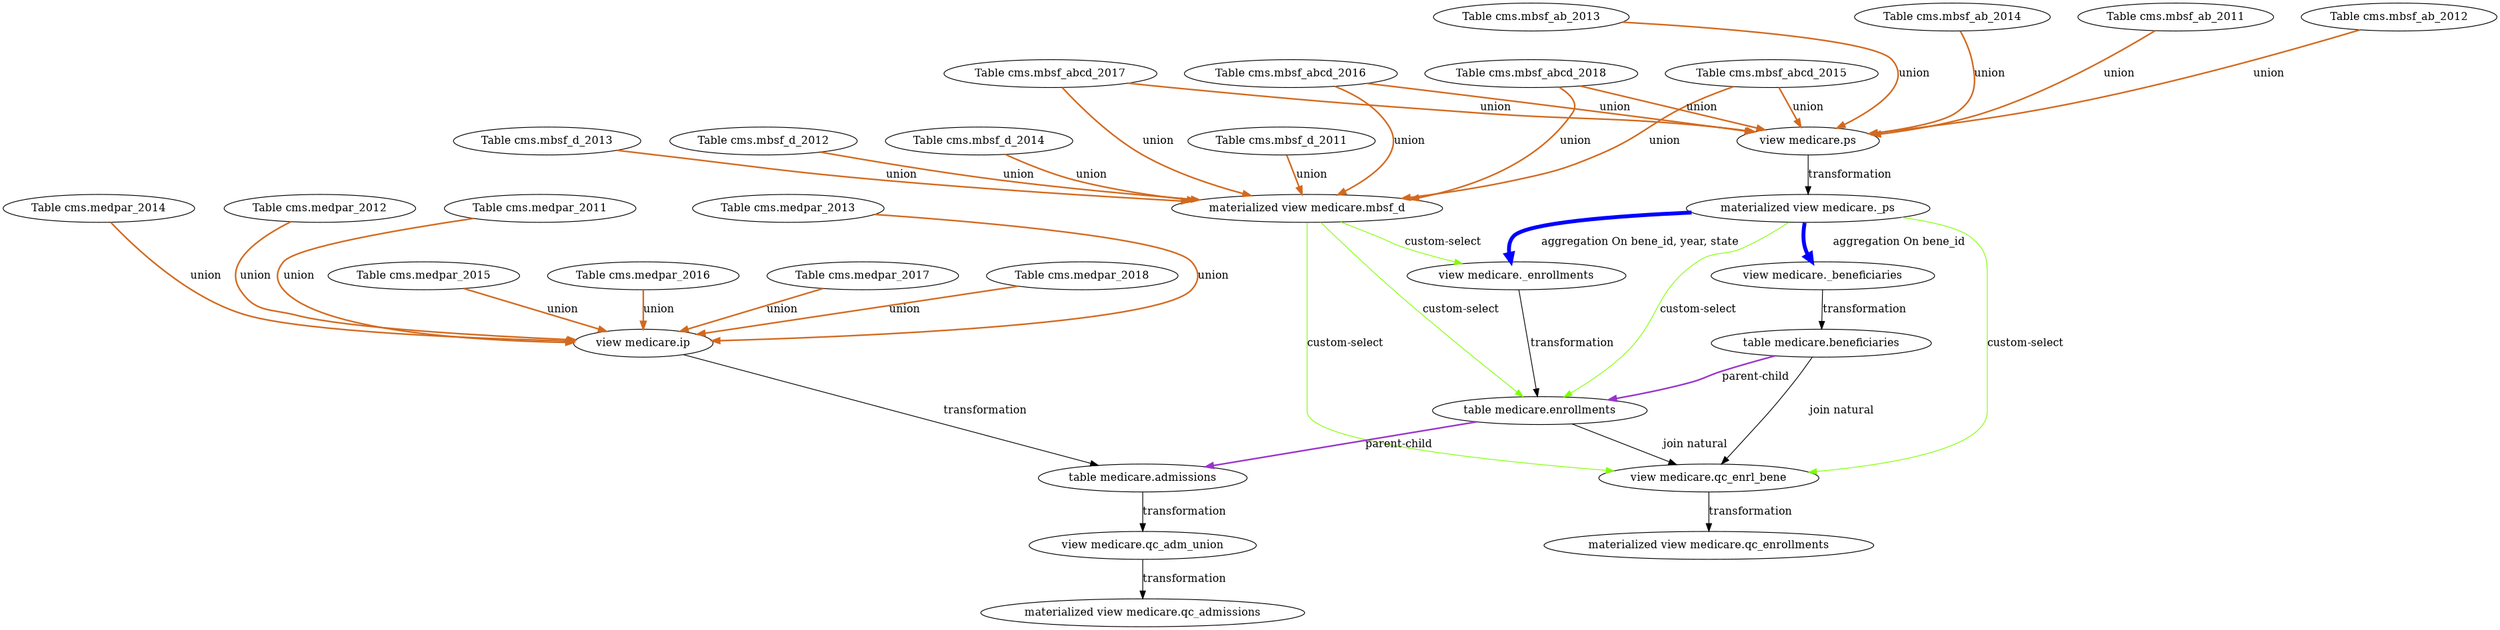
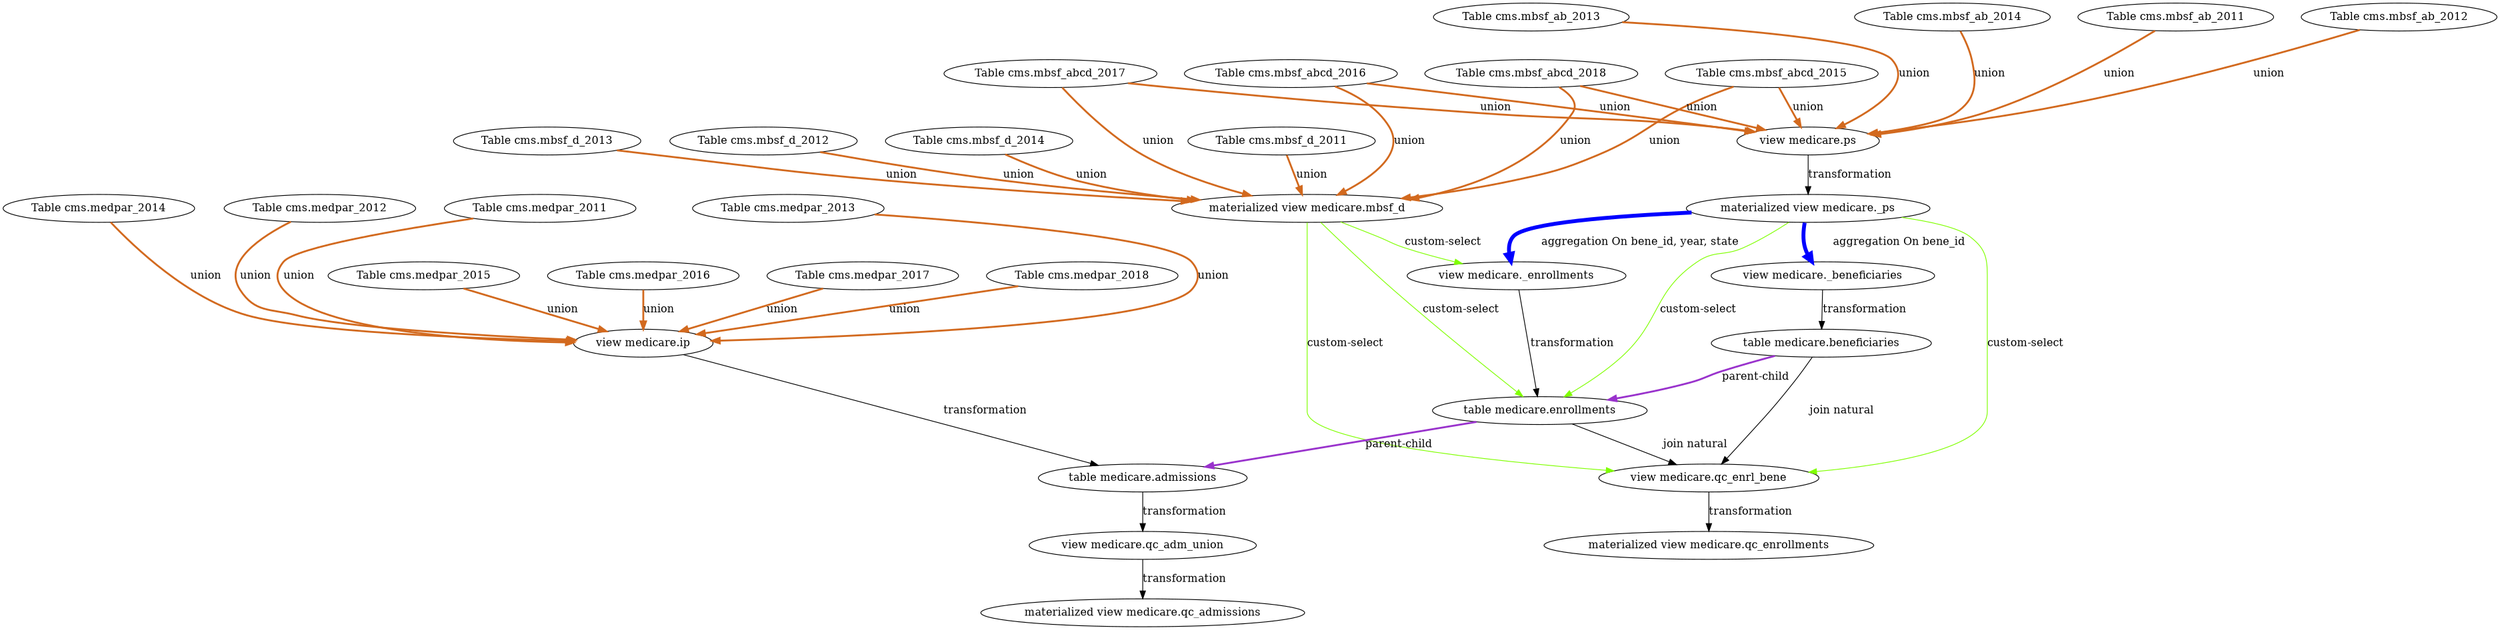
digraph {
	nodesep = 0.5;  // even node distribution
	size = "25,100";  // graph size in inches
// Tables with raw (original) data

	{ rank = same;
		"Table cms.mbsf_ab_2011" [URL="tables/cms.mbsf_ab_2011.html",target=_blank];
		"Table cms.mbsf_ab_2012" [URL="tables/cms.mbsf_ab_2012.html",target=_blank];
		"Table cms.mbsf_ab_2013" [URL="tables/cms.mbsf_ab_2013.html",target=_blank];
		"Table cms.mbsf_ab_2014" [URL="tables/cms.mbsf_ab_2014.html",target=_blank];
	}
	{ rank = same;
		"Table cms.mbsf_abcd_2015" [URL="tables/cms.mbsf_abcd_2015.html",target=_blank];
		"Table cms.mbsf_abcd_2016" [URL="tables/cms.mbsf_abcd_2016.html",target=_blank];
		"Table cms.mbsf_abcd_2017" [URL="tables/cms.mbsf_abcd_2017.html",target=_blank];
		"Table cms.mbsf_abcd_2018" [URL="tables/cms.mbsf_abcd_2018.html",target=_blank];
	}
	"Table cms.mbsf_ab_2013" -> { "Table cms.mbsf_abcd_2015" "Table cms.mbsf_abcd_2016" "Table cms.mbsf_abcd_2017" "Table cms.mbsf_abcd_2018" } [ style = invis ];
	{ rank = same;
		"Table cms.mbsf_d_2011" [URL="tables/cms.mbsf_d_2011.html",target=_blank];
		"Table cms.mbsf_d_2012" [URL="tables/cms.mbsf_d_2012.html",target=_blank];
		"Table cms.mbsf_d_2013" [URL="tables/cms.mbsf_d_2013.html",target=_blank];
		"Table cms.mbsf_d_2014" [URL="tables/cms.mbsf_d_2014.html",target=_blank];
	}
	"Table cms.mbsf_abcd_2017" -> { "Table cms.mbsf_d_2011" "Table cms.mbsf_d_2012" "Table cms.mbsf_d_2013" "Table cms.mbsf_d_2014" } [ style = invis ];
	{ rank = same;
		"Table cms.medpar_2011" [URL="tables/cms.medpar_2011.html",target=_blank];
		"Table cms.medpar_2012" [URL="tables/cms.medpar_2012.html",target=_blank];
		"Table cms.medpar_2013" [URL="tables/cms.medpar_2013.html",target=_blank];
		"Table cms.medpar_2014" [URL="tables/cms.medpar_2014.html",target=_blank];
	}
	"Table cms.mbsf_d_2013" -> { "Table cms.medpar_2011" "Table cms.medpar_2012" "Table cms.medpar_2013" "Table cms.medpar_2014" } [ style = invis ];
	{ rank = same;
		"Table cms.medpar_2015" [URL="tables/cms.medpar_2015.html",target=_blank];
		"Table cms.medpar_2016" [URL="tables/cms.medpar_2016.html",target=_blank];
		"Table cms.medpar_2017" [URL="tables/cms.medpar_2017.html",target=_blank];
		"Table cms.medpar_2018" [URL="tables/cms.medpar_2018.html",target=_blank];
	}
	"Table cms.medpar_2013" -> { "Table cms.medpar_2015" "Table cms.medpar_2016" "Table cms.medpar_2017" "Table cms.medpar_2018" } [ style = invis ];

// Tables with derived (processed) data
	"materialized view medicare.mbsf_d" [URL="tables/medicare.mbsf_d.html",target=_blank];
	"view medicare.ps" [URL="tables/medicare.ps.html",target=_blank];
	"view medicare.ip" [URL="tables/medicare.ip.html",target=_blank];
	"materialized view medicare._ps" [URL="tables/medicare._ps.html",target=_blank];
	"view medicare._beneficiaries" [URL="tables/medicare._beneficiaries.html",target=_blank];
	"view medicare._enrollments" [URL="tables/medicare._enrollments.html",target=_blank];
	"table medicare.beneficiaries" [URL="tables/medicare.beneficiaries.html",target=_blank];
	"table medicare.enrollments" [URL="tables/medicare.enrollments.html",target=_blank];
	"table medicare.admissions" [URL="tables/medicare.admissions.html",target=_blank];
	"view medicare.qc_enrl_bene" [URL="tables/medicare.qc_enrl_bene.html",target=_blank];
	"materialized view medicare.qc_enrollments" [URL="tables/medicare.qc_enrollments.html",target=_blank];
	"view medicare.qc_adm_union" [URL="tables/medicare.qc_adm_union.html",target=_blank];
	"materialized view medicare.qc_admissions" [URL="tables/medicare.qc_admissions.html",target=_blank];

- 	"Table cms.mbsf_abcd_2015" -> "materialized view medicare.mbsf_d" [label=	"union",penwidth=2,color=chocolate];
- 	"Table cms.mbsf_abcd_2016" -> "materialized view medicare.mbsf_d" [label=	"union",penwidth=2,color=chocolate];
- 	"Table cms.mbsf_abcd_2017" -> "materialized view medicare.mbsf_d" [label=	"union",penwidth=2,color=chocolate];
- 	"Table cms.mbsf_abcd_2018" -> "materialized view medicare.mbsf_d" [label=	"union",penwidth=2,color=chocolate];
- 	"Table cms.mbsf_d_2011" -> "materialized view medicare.mbsf_d" [label=	"union",penwidth=2,color=chocolate];
- 	"Table cms.mbsf_d_2012" -> "materialized view medicare.mbsf_d" [label=	"union",penwidth=2,color=chocolate];
- 	"Table cms.mbsf_d_2013" -> "materialized view medicare.mbsf_d" [label=	"union",penwidth=2,color=chocolate];
- 	"Table cms.mbsf_d_2014" -> "materialized view medicare.mbsf_d" [label=	"union",penwidth=2,color=chocolate];
- 	"Table cms.mbsf_ab_2011" -> "view medicare.ps" [label=	"union",penwidth=2,color=chocolate];
- 	"Table cms.mbsf_ab_2012" -> "view medicare.ps" [label=	"union",penwidth=2,color=chocolate];
- 	"Table cms.mbsf_ab_2013" -> "view medicare.ps" [label=	"union",penwidth=2,color=chocolate];
- 	"Table cms.mbsf_ab_2014" -> "view medicare.ps" [label=	"union",penwidth=2,color=chocolate];
- 	"Table cms.mbsf_abcd_2015" -> "view medicare.ps" [label=	"union",penwidth=2,color=chocolate];
- 	"Table cms.mbsf_abcd_2016" -> "view medicare.ps" [label=	"union",penwidth=2,color=chocolate];
- 	"Table cms.mbsf_abcd_2017" -> "view medicare.ps" [label=	"union",penwidth=2,color=chocolate];
- 	"Table cms.mbsf_abcd_2018" -> "view medicare.ps" [label=	"union",penwidth=2,color=chocolate];
- 	"Table cms.medpar_2011" -> "view medicare.ip" [label=	"union",penwidth=2,color=chocolate];
- 	"Table cms.medpar_2012" -> "view medicare.ip" [label=	"union",penwidth=2,color=chocolate];
- 	"Table cms.medpar_2013" -> "view medicare.ip" [label=	"union",penwidth=2,color=chocolate];
- 	"Table cms.medpar_2014" -> "view medicare.ip" [label=	"union",penwidth=2,color=chocolate];
- 	"Table cms.medpar_2015" -> "view medicare.ip" [label=	"union",penwidth=2,color=chocolate];
- 	"Table cms.medpar_2016" -> "view medicare.ip" [label=	"union",penwidth=2,color=chocolate];
- 	"Table cms.medpar_2017" -> "view medicare.ip" [label=	"union",penwidth=2,color=chocolate];
- 	"Table cms.medpar_2018" -> "view medicare.ip" [label=	"union",penwidth=2,color=chocolate];
+ 	"Table cms.mbsf_abcd_2015" -> "materialized view medicare.mbsf_d" [label=	"union",penwidth=2.4,color=chocolate];
+ 	"Table cms.mbsf_abcd_2016" -> "materialized view medicare.mbsf_d" [label=	"union",penwidth=2.4,color=chocolate];
+ 	"Table cms.mbsf_abcd_2017" -> "materialized view medicare.mbsf_d" [label=	"union",penwidth=2.4,color=chocolate];
+ 	"Table cms.mbsf_abcd_2018" -> "materialized view medicare.mbsf_d" [label=	"union",penwidth=2.4,color=chocolate];
+ 	"Table cms.mbsf_d_2011" -> "materialized view medicare.mbsf_d" [label=	"union",penwidth=2.4,color=chocolate];
+ 	"Table cms.mbsf_d_2012" -> "materialized view medicare.mbsf_d" [label=	"union",penwidth=2.4,color=chocolate];
+ 	"Table cms.mbsf_d_2013" -> "materialized view medicare.mbsf_d" [label=	"union",penwidth=2.4,color=chocolate];
+ 	"Table cms.mbsf_d_2014" -> "materialized view medicare.mbsf_d" [label=	"union",penwidth=2.4,color=chocolate];
+ 	"Table cms.mbsf_ab_2011" -> "view medicare.ps" [label=	"union",penwidth=2.4,color=chocolate];
+ 	"Table cms.mbsf_ab_2012" -> "view medicare.ps" [label=	"union",penwidth=2.4,color=chocolate];
+ 	"Table cms.mbsf_ab_2013" -> "view medicare.ps" [label=	"union",penwidth=2.4,color=chocolate];
+ 	"Table cms.mbsf_ab_2014" -> "view medicare.ps" [label=	"union",penwidth=2.4,color=chocolate];
+ 	"Table cms.mbsf_abcd_2015" -> "view medicare.ps" [label=	"union",penwidth=2.4,color=chocolate];
+ 	"Table cms.mbsf_abcd_2016" -> "view medicare.ps" [label=	"union",penwidth=2.4,color=chocolate];
+ 	"Table cms.mbsf_abcd_2017" -> "view medicare.ps" [label=	"union",penwidth=2.4,color=chocolate];
+ 	"Table cms.mbsf_abcd_2018" -> "view medicare.ps" [label=	"union",penwidth=2.4,color=chocolate];
+ 	"Table cms.medpar_2011" -> "view medicare.ip" [label=	"union",penwidth=2.4,color=chocolate];
+ 	"Table cms.medpar_2012" -> "view medicare.ip" [label=	"union",penwidth=2.4,color=chocolate];
+ 	"Table cms.medpar_2013" -> "view medicare.ip" [label=	"union",penwidth=2.4,color=chocolate];
+ 	"Table cms.medpar_2014" -> "view medicare.ip" [label=	"union",penwidth=2.4,color=chocolate];
+ 	"Table cms.medpar_2015" -> "view medicare.ip" [label=	"union",penwidth=2.4,color=chocolate];
+ 	"Table cms.medpar_2016" -> "view medicare.ip" [label=	"union",penwidth=2.4,color=chocolate];
+ 	"Table cms.medpar_2017" -> "view medicare.ip" [label=	"union",penwidth=2.4,color=chocolate];
+ 	"Table cms.medpar_2018" -> "view medicare.ip" [label=	"union",penwidth=2.4,color=chocolate];
	"view medicare.ps" -> "materialized view medicare._ps" [label=	"transformation",penwidth=1,color=black];
	"materialized view medicare._ps" -> "view medicare._beneficiaries" [label="	aggregation On bene_id",penwidth=5,color=blue];
	"materialized view medicare._ps" -> "view medicare._enrollments" [label="	aggregation On bene_id, year, state",penwidth=5,color=blue];
	"view medicare.ip" -> "table medicare.admissions" [label=	"transformation",penwidth=1,color=black];
- 	"table medicare.enrollments" -> "table medicare.admissions" [label=	"parent-child",penwidth=2,color=darkorchid];
+ 	"table medicare.enrollments" -> "table medicare.admissions" [label=	"parent-child",penwidth=2.4,color=darkorchid];
	"view medicare._enrollments" -> "table medicare.enrollments" [label=	"transformation",penwidth=1,color=black];
- 	"table medicare.beneficiaries" -> "table medicare.enrollments" [label=	"parent-child",penwidth=2,color=darkorchid];
+ 	"table medicare.beneficiaries" -> "table medicare.enrollments" [label=	"parent-child",penwidth=2.4,color=darkorchid];
	"view medicare._beneficiaries" -> "table medicare.beneficiaries" [label=	"transformation",penwidth=1,color=black];
	"table medicare.enrollments" -> "view medicare.qc_enrl_bene" [label="	join natural",penwidth=1,color=black];
	"table medicare.beneficiaries" -> "view medicare.qc_enrl_bene" [label="	join natural",penwidth=1,color=black];
	"view medicare.qc_enrl_bene" -> "materialized view medicare.qc_enrollments" [label=	"transformation",penwidth=1,color=black];
	"table medicare.admissions" -> "view medicare.qc_adm_union" [label=	"transformation",penwidth=1,color=black];
	"view medicare.qc_adm_union" -> "materialized view medicare.qc_admissions" [label=	"transformation",penwidth=1,color=black];
	"materialized view medicare.mbsf_d" -> "view medicare._enrollments" [label=	"custom-select",penwidth=1,color=chartreuse];
	"materialized view medicare.mbsf_d" -> "table medicare.enrollments" [label=	"custom-select",penwidth=1,color=chartreuse];
	"materialized view medicare._ps" -> "table medicare.enrollments" [label=	"custom-select",penwidth=1,color=chartreuse];
	"materialized view medicare.mbsf_d" -> "view medicare.qc_enrl_bene" [label=	"custom-select",penwidth=1,color=chartreuse];
	"materialized view medicare._ps" -> "view medicare.qc_enrl_bene" [label=	"custom-select",penwidth=1,color=chartreuse];
}
